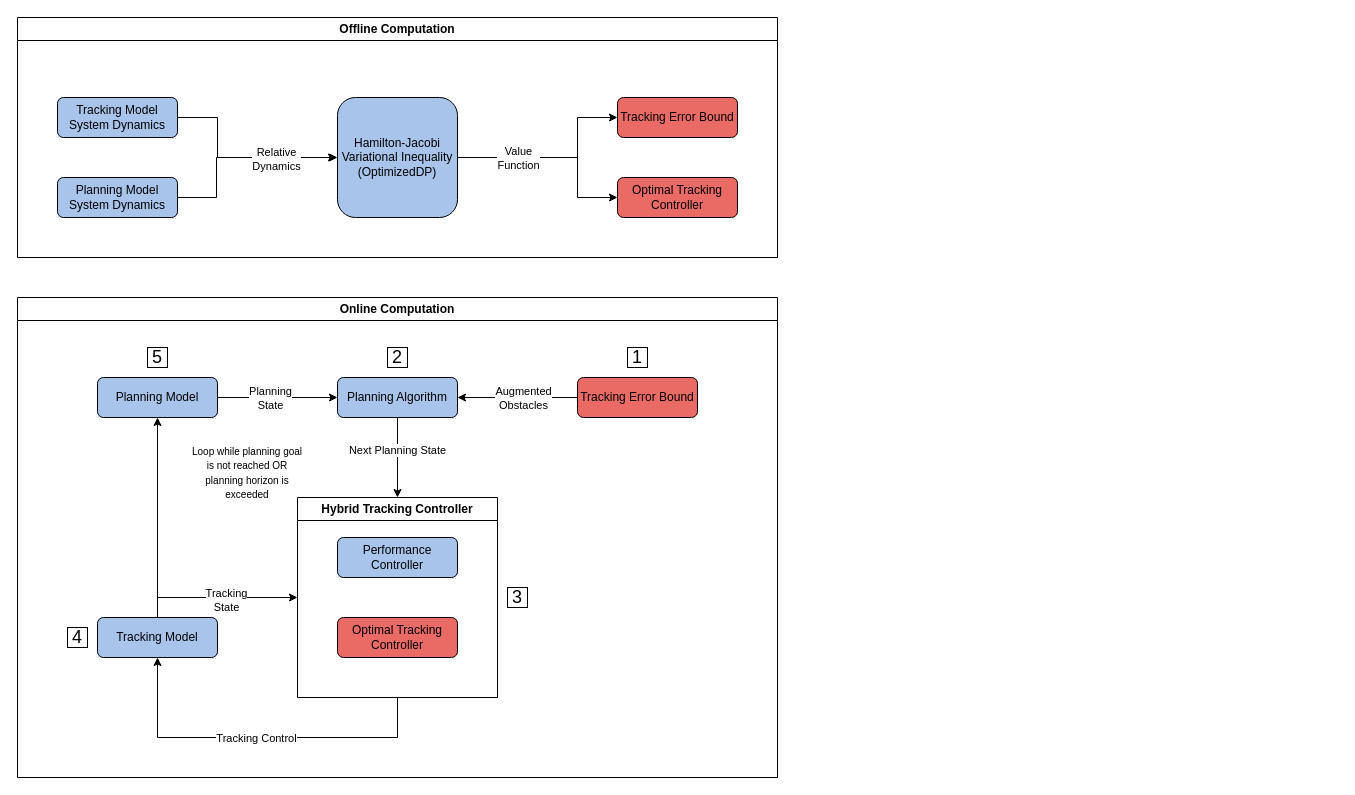
Earlier version of the draw.io diagram FaSTrack.drawio (Alvicorn/fastrack). Source tidied: cells renumbered, new cells numbered last; positions are measured from the earlier drawing's top-left corner, leaving out a move shared by most shapes. Both pictures are drawn from the tidied source at 100%, with x=0, y=0 at pixel (17, 17).
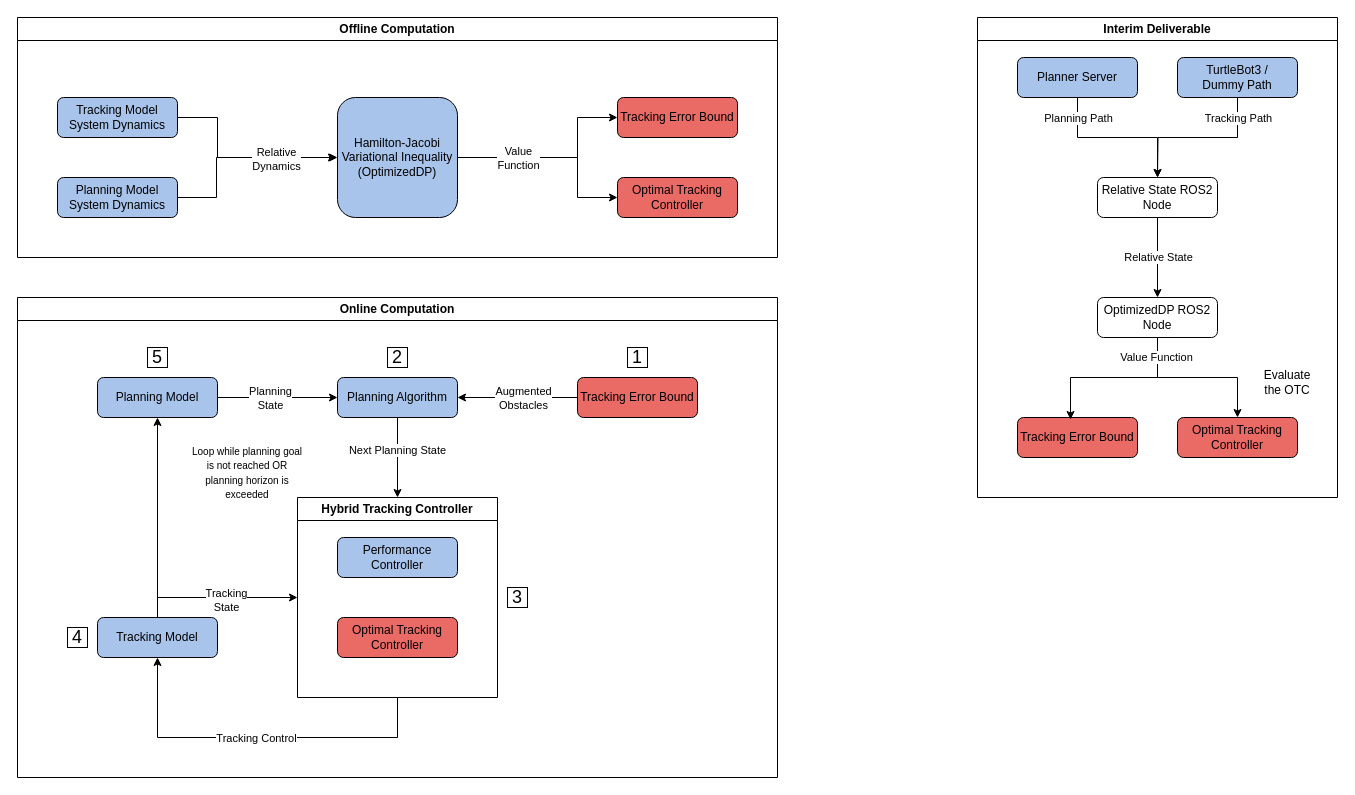
Above is the later version.

Commit message:
add diagram for the interm deliverable

What changed in the source:
```diff
@@
+    <mxCell id="39" value="Interim Deliverable" style="swimlane;whiteSpace=wrap;html=1;" parent="1" vertex="1">
+      <mxGeometry x="960" width="360" height="480" as="geometry" />
+    </mxCell>
+    <mxCell id="40" style="edgeStyle=orthogonalEdgeStyle;rounded=0;jettySize=auto;html=1;exitX=0.5;exitY=1;exitDx=0;exitDy=0;" parent="39" edge="1" source="42" target="48">
+      <mxGeometry relative="1" as="geometry" />
+    </mxCell>
+    <mxCell id="41" value="Planning Path" style="edgeLabel;html=1;align=center;verticalAlign=middle;" parent="40" vertex="1">
+      <mxGeometry x="-0.71" y="-1" relative="1" as="geometry">
+        <mxPoint x="1" y="-3" as="offset" />
+      </mxGeometry>
+    </mxCell>
+    <mxCell id="42" value="Planner Server" style="rounded=1;whiteSpace=wrap;html=1;fillColor=#A9C4EB;" parent="39" vertex="1">
+      <mxGeometry x="40" y="40" width="120" height="40" as="geometry" />
+    </mxCell>
+    <mxCell id="43" style="edgeStyle=orthogonalEdgeStyle;rounded=0;jettySize=auto;html=1;exitX=0.5;exitY=1;exitDx=0;exitDy=0;" parent="39" edge="1" source="45">
+      <mxGeometry relative="1" as="geometry">
+        <mxPoint x="180" y="160" as="targetPoint" />
+      </mxGeometry>
+    </mxCell>
+    <mxCell id="44" value="Tracking Path" style="edgeLabel;html=1;align=center;verticalAlign=middle;" parent="43" vertex="1">
+      <mxGeometry x="-0.8" y="-1" relative="1" as="geometry">
+        <mxPoint x="1" y="4" as="offset" />
+      </mxGeometry>
+    </mxCell>
+    <mxCell id="45" value="TurtleBot3 /&lt;div&gt;Dummy Path&lt;/div&gt;" style="rounded=1;whiteSpace=wrap;html=1;fillColor=#A9C4EB;" parent="39" vertex="1">
+      <mxGeometry x="200" y="40" width="120" height="40" as="geometry" />
+    </mxCell>
+    <mxCell id="46" style="edgeStyle=orthogonalEdgeStyle;rounded=0;jettySize=auto;html=1;exitX=0.5;exitY=1;exitDx=0;exitDy=0;entryX=0.5;entryY=0;entryDx=0;entryDy=0;" parent="39" edge="1" source="48" target="50">
+      <mxGeometry relative="1" as="geometry" />
+    </mxCell>
+    <mxCell id="47" value="Relative State" style="edgeLabel;html=1;align=center;verticalAlign=middle;" parent="46" vertex="1">
+      <mxGeometry x="-0.03" relative="1" as="geometry" />
+    </mxCell>
+    <mxCell id="48" value="Relative State ROS2 Node" style="rounded=1;whiteSpace=wrap;html=1;" parent="39" vertex="1">
+      <mxGeometry x="120" y="160" width="120" height="40" as="geometry" />
+    </mxCell>
+    <mxCell id="49" style="edgeStyle=orthogonalEdgeStyle;rounded=0;jettySize=auto;html=1;exitX=0.5;exitY=1;exitDx=0;exitDy=0;entryX=0.5;entryY=0;entryDx=0;entryDy=0;" parent="39" edge="1" source="50" target="52">
+      <mxGeometry relative="1" as="geometry" />
+    </mxCell>
+    <mxCell id="50" value="&lt;div&gt;&lt;span style=&quot;background-color: transparent; color: light-dark(rgb(0, 0, 0), rgb(255, 255, 255));&quot;&gt;OptimizedDP ROS2 Node&lt;/span&gt;&lt;/div&gt;" style="rounded=1;whiteSpace=wrap;html=1;" parent="39" vertex="1">
+      <mxGeometry x="120" y="280" width="120" height="40" as="geometry" />
+    </mxCell>
+    <mxCell id="51" value="Tracking Error Bound" style="rounded=1;whiteSpace=wrap;html=1;fillColor=#EA6B66;" parent="39" vertex="1">
+      <mxGeometry x="40" y="400" width="120" height="40" as="geometry" />
+    </mxCell>
+    <mxCell id="52" value="Optimal Tracking Controller" style="rounded=1;whiteSpace=wrap;html=1;fillColor=#EA6B66;" parent="39" vertex="1">
+      <mxGeometry x="200" y="400" width="120" height="40" as="geometry" />
+    </mxCell>
+    <mxCell id="53" style="edgeStyle=orthogonalEdgeStyle;rounded=0;jettySize=auto;html=1;exitX=0.5;exitY=1;exitDx=0;exitDy=0;entryX=0.442;entryY=0.05;entryDx=0;entryDy=0;entryPerimeter=0;" parent="39" edge="1" source="50" target="51">
+      <mxGeometry relative="1" as="geometry" />
+    </mxCell>
+    <mxCell id="54" value="Value Function" style="edgeLabel;html=1;align=center;verticalAlign=middle;" parent="53" vertex="1">
+      <mxGeometry x="-0.78" y="-2" relative="1" as="geometry" />
+    </mxCell>
+    <mxCell id="55" value="Evaluate the OTC" style="text;html=1;whiteSpace=wrap;strokeColor=none;fillColor=none;align=center;verticalAlign=middle;rounded=0;" parent="39" vertex="1">
+      <mxGeometry x="280" y="350" width="60" height="30" as="geometry" />
+    </mxCell>
```
